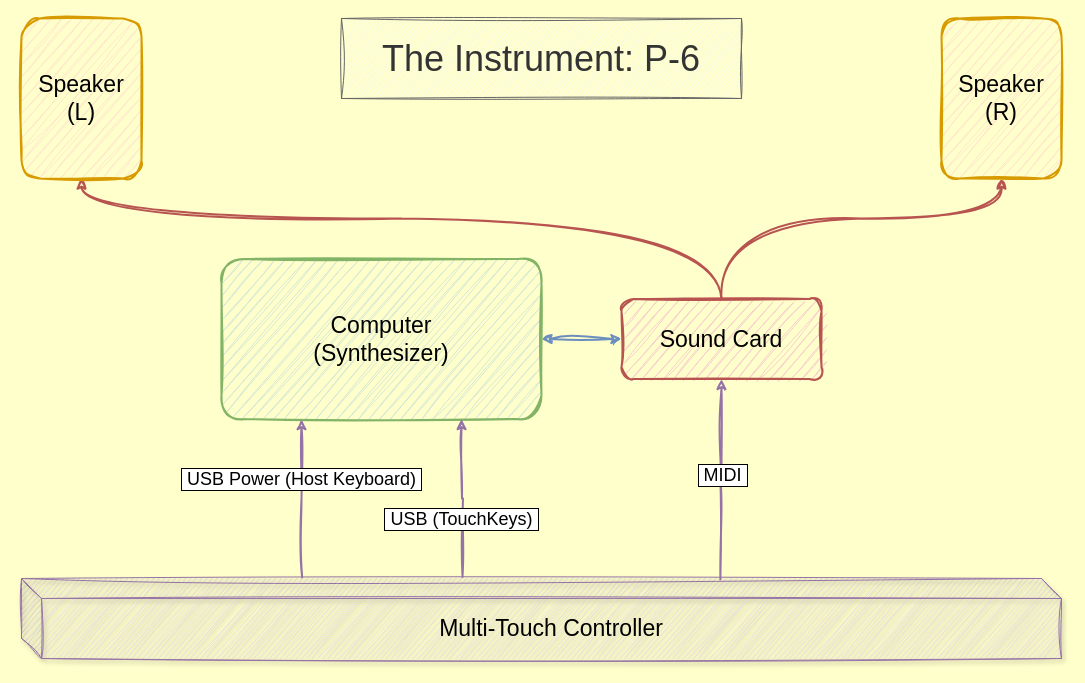
This is flowcharts/p6_instrument.drawio from wnetzel/all_in_the_multitouch, a draw.io file, before an edit. Source tidied: cells renumbered, new cells numbered last; positions are measured from the earlier drawing's top-left corner, leaving out a move shared by most shapes. Both pictures are drawn from the tidied source at 100%, with x=0, y=0 at pixel (21, 18).
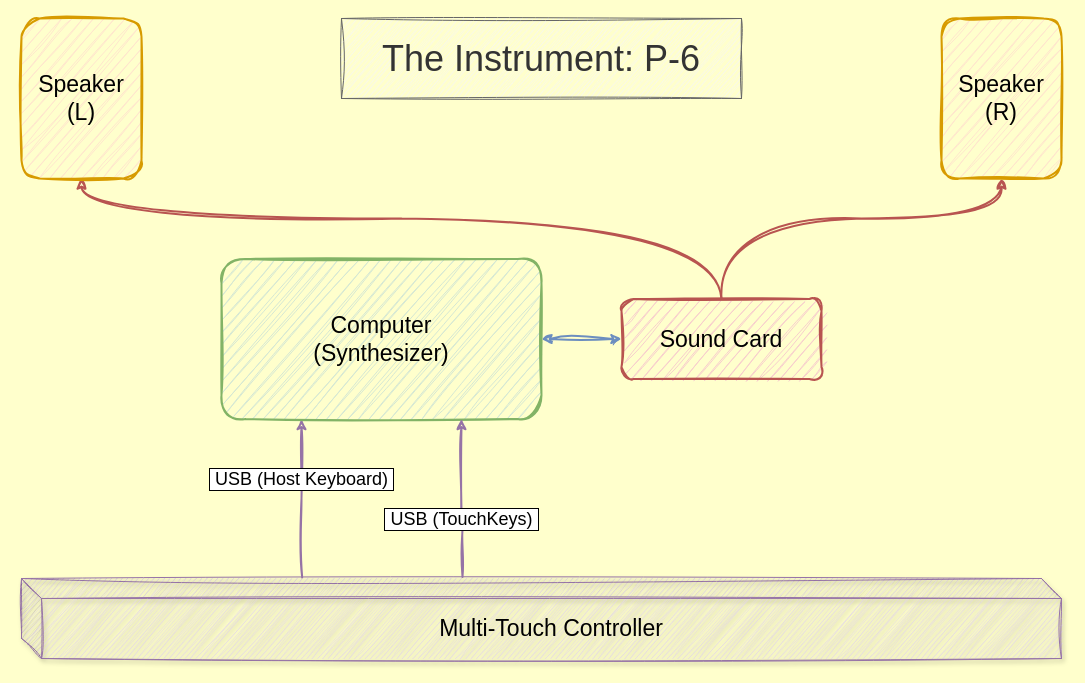
The same diagram, later.

The change refers to these unchanged cells:
```xml
<mxCell id="3" style="edgeStyle=orthogonalEdgeStyle;rounded=0;jettySize=auto;html=1;exitX=0.25;exitY=1;exitDx=0;exitDy=0;entryX=0.193;entryY=-0.019;entryDx=0;entryDy=0;entryPerimeter=0;endArrow=none;endFill=0;startArrow=classic;startFill=1;sketch=1;curveFitting=1;jiggle=2;strokeWidth=2;fillColor=#e1d5e7;strokeColor=#9673a6;" parent="1" edge="1" source="5">
  <mxGeometry relative="1" as="geometry">
    <mxPoint x="280.7" y="559" as="targetPoint" />
    <Array as="points">
      <mxPoint x="280" y="480" />
    </Array>
  </mxGeometry>
</mxCell>
<mxCell id="6" value="Multi-Touch Controller" style="shape=cube;whiteSpace=wrap;html=1;boundedLbl=1;backgroundOutline=1;darkOpacity=0.05;darkOpacity2=0.1;sketch=1;curveFitting=1;jiggle=2;fillColor=#e1d5e7;strokeColor=#9673a6;shadow=1;fontSize=23;" parent="1" vertex="1">
  <mxGeometry y="560" width="1040" height="80" as="geometry" />
</mxCell>
<mxCell id="11" value="Sound Card" style="rounded=1;whiteSpace=wrap;html=1;fillColor=#f8cecc;strokeColor=#b85450;fontStyle=0;fontSize=23;strokeWidth=2;sketch=1;curveFitting=1;jiggle=2;glass=0;shadow=0;" parent="1" vertex="1">
  <mxGeometry x="600" y="280.5" width="200" height="80" as="geometry" />
</mxCell>
```

Change to the diagram source:
```diff
@@
-    <mxCell id="4" value="&amp;nbsp;USB Power (Host Keyboard)&amp;nbsp;" style="edgeLabel;html=1;align=center;verticalAlign=middle;fontSize=18;labelBorderColor=default;" parent="3" vertex="1">
+    <mxCell id="4" value="&amp;nbsp;USB (Host Keyboard)&amp;nbsp;" style="edgeLabel;html=1;align=center;verticalAlign=middle;fontSize=18;labelBorderColor=default;" parent="3" vertex="1">
       <mxGeometry x="-0.04" y="-1" relative="1" as="geometry">
         <mxPoint y="-16" as="offset" />
       </mxGeometry>
     </mxCell>
@@
-    <mxCell id="7" style="edgeStyle=orthogonalEdgeStyle;rounded=0;jettySize=auto;html=1;exitX=0.5;exitY=1;exitDx=0;exitDy=0;entryX=0.672;entryY=0.013;entryDx=0;entryDy=0;entryPerimeter=0;startArrow=classic;startFill=1;endArrow=none;endFill=0;fillColor=#e1d5e7;strokeColor=#9673a6;strokeWidth=2;sketch=1;curveFitting=1;jiggle=2;" parent="1" edge="1" source="11" target="6">
-      <mxGeometry relative="1" as="geometry" />
-    </mxCell>
-    <mxCell id="8" value="&amp;nbsp;MIDI&amp;nbsp;" style="edgeLabel;html=1;align=center;verticalAlign=middle;fontSize=18;labelBorderColor=default;" parent="7" vertex="1">
-      <mxGeometry x="-0.22" y="1" relative="1" as="geometry">
-        <mxPoint x="-1" y="17" as="offset" />
-      </mxGeometry>
-    </mxCell>
@@
     <mxCell id="12" style="edgeStyle=orthogonalEdgeStyle;rounded=0;orthogonalLoop=1;jettySize=auto;html=1;exitX=0.25;exitY=1;exitDx=0;exitDy=0;entryX=0.193;entryY=-0.019;entryDx=0;entryDy=0;entryPerimeter=0;endArrow=none;endFill=0;startArrow=classic;startFill=1;sketch=1;curveFitting=1;jiggle=2;strokeWidth=2;fillColor=#e1d5e7;strokeColor=#9673a6;" parent="1" edge="1">
       <mxGeometry relative="1" as="geometry">
         <mxPoint x="440" y="400.5" as="sourcePoint" />
         <mxPoint x="441" y="558.5" as="targetPoint" />
+        <Array as="points">
+          <mxPoint x="440" y="510" />
+          <mxPoint x="441" y="510" />
+        </Array>
       </mxGeometry>
     </mxCell>
```
